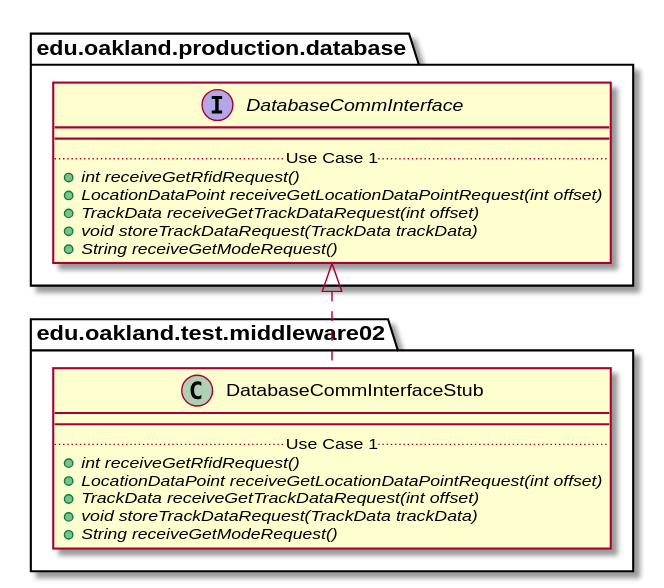
andrewdimmer/csi-3370-software-project keeps this PlantUML diagram as docs/uml-class-diagrams/middleware02/test/DatabaseCommInterfaceStub/DatabaseCommInterfaceStub_DirectDependencies.svg. Above is the earlier version.
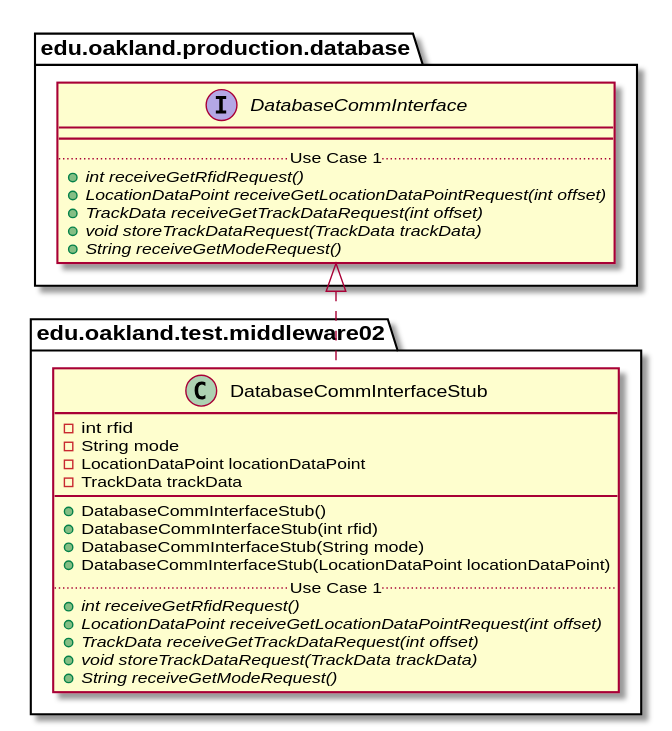
The same diagram one commit later.

Change to the diagram source:
```diff
@@ -3,7 +3,15 @@
 
 package edu.oakland.test.middleware02 {
     class DatabaseCommInterfaceStub {
+        - int rfid
+        - String mode
+        - LocationDataPoint locationDataPoint
+        - TrackData trackData
         __
+        + DatabaseCommInterfaceStub()
+        + DatabaseCommInterfaceStub(int rfid)
+        + DatabaseCommInterfaceStub(String mode)
+        + DatabaseCommInterfaceStub(LocationDataPoint locationDataPoint)
         .. Use Case 1 ..
         {abstract} + int receiveGetRfidRequest()
         {abstract} + LocationDataPoint receiveGetLocationDataPointRequest(int offset)
```
